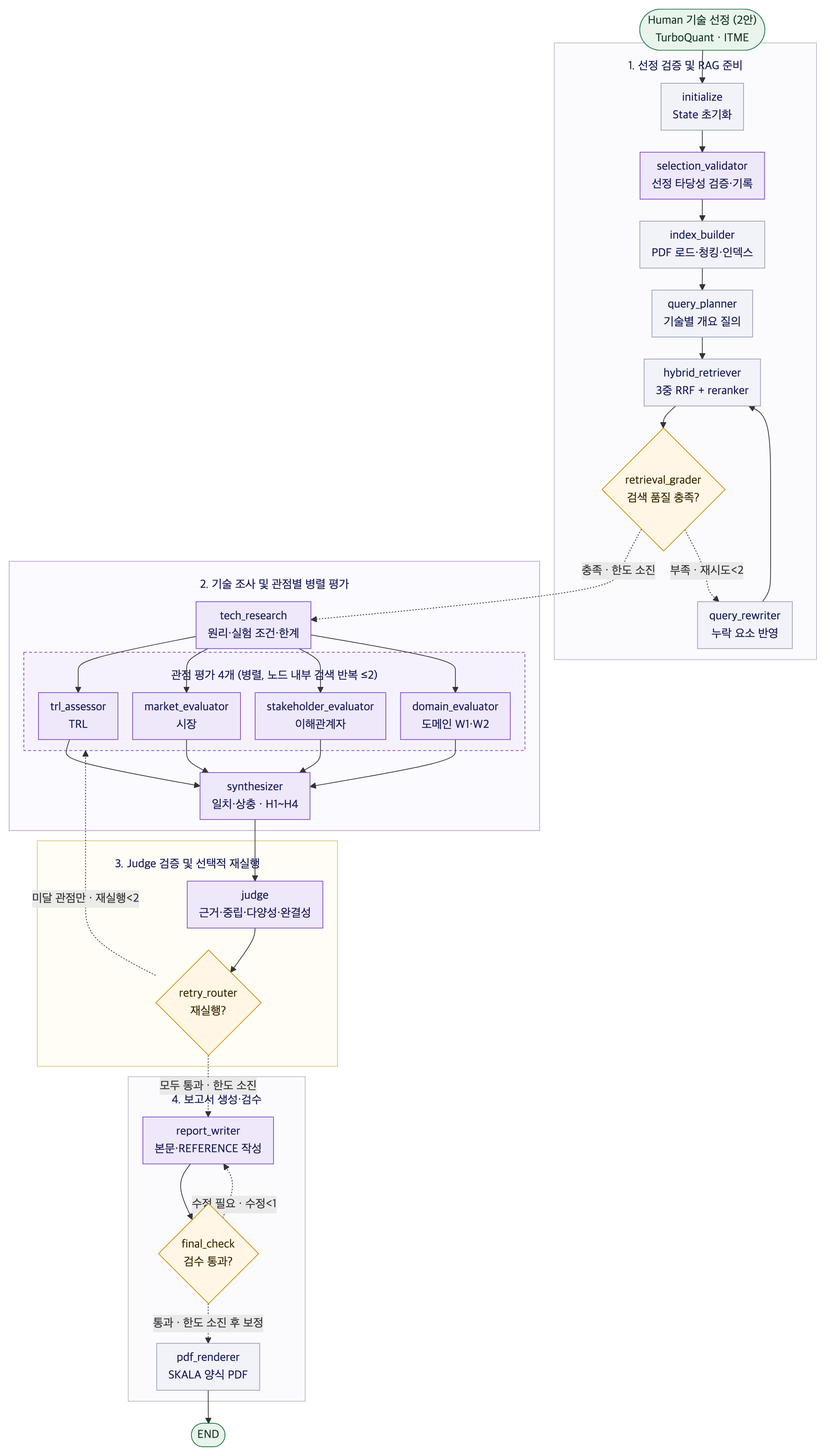
The Mermaid diagram docs/graph_overview.png in jinsu1011/skala-project-0921, before a commit. Its source is kept beside it as docs/graph_overview.mmd.
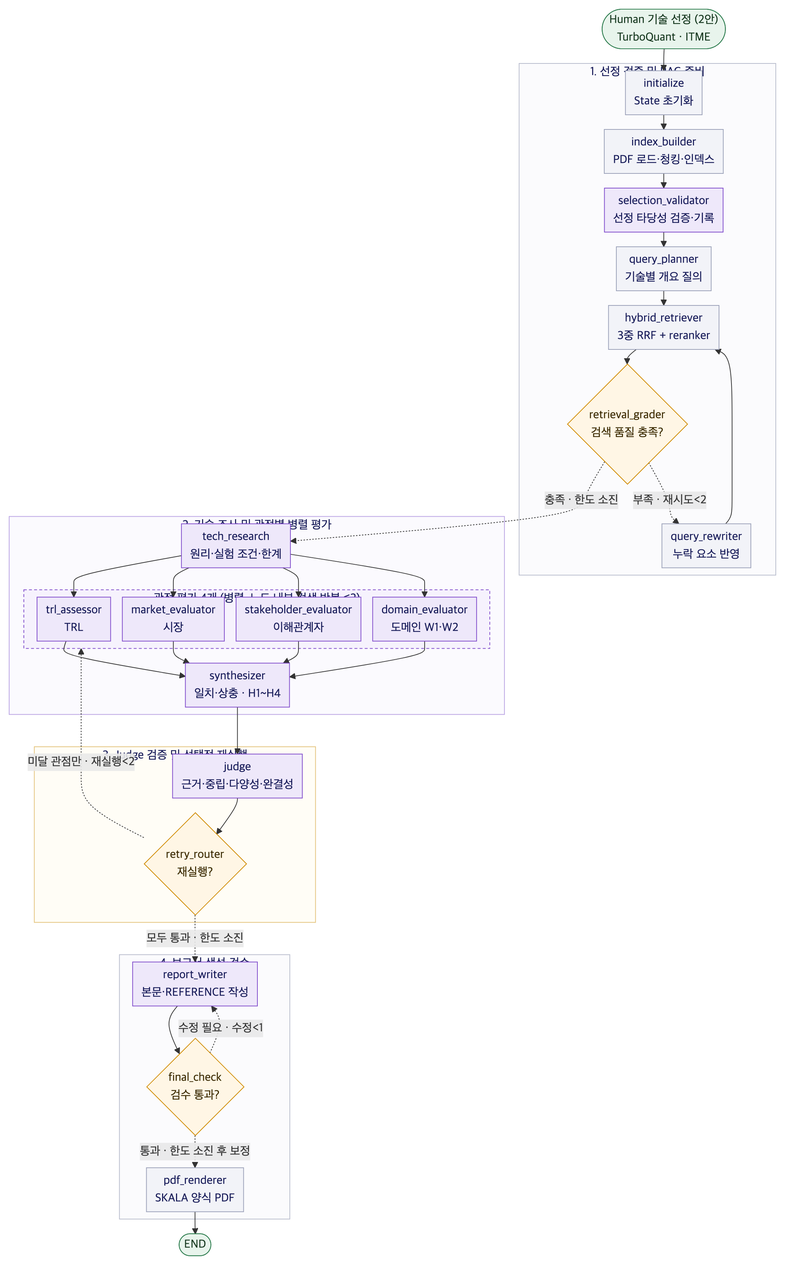
After the change.

Commit message:
refactor(design): index_builder 실행 순서 선행으로 변경

What changed in the source:
```diff
@@ -1,9 +1,9 @@
 flowchart TB
     H0(["Human 기술 선정 (2안)<br/>TurboQuant · ITME"]) --> INIT
     subgraph S1["1. 선정 검증 및 RAG 준비"]
-        INIT["initialize<br/>State 초기화"] --> VAL["selection_validator<br/>선정 타당성 검증·기록"]
-        VAL --> IDX["index_builder<br/>PDF 로드·청킹·인덱스"]
-        IDX --> QP["query_planner<br/>기술별 개요 질의"]
+        INIT["initialize<br/>State 초기화"] --> IDX["index_builder<br/>PDF 로드·청킹·인덱스"]
+        IDX --> VAL["selection_validator<br/>선정 타당성 검증·기록"]
+        VAL --> QP["query_planner<br/>기술별 개요 질의"]
         QP --> RET["hybrid_retriever<br/>3중 RRF + reranker"]
         RET --> GR{"retrieval_grader<br/>검색 품질 충족?"}
         QRW["query_rewriter<br/>누락 요소 반영"]
```
